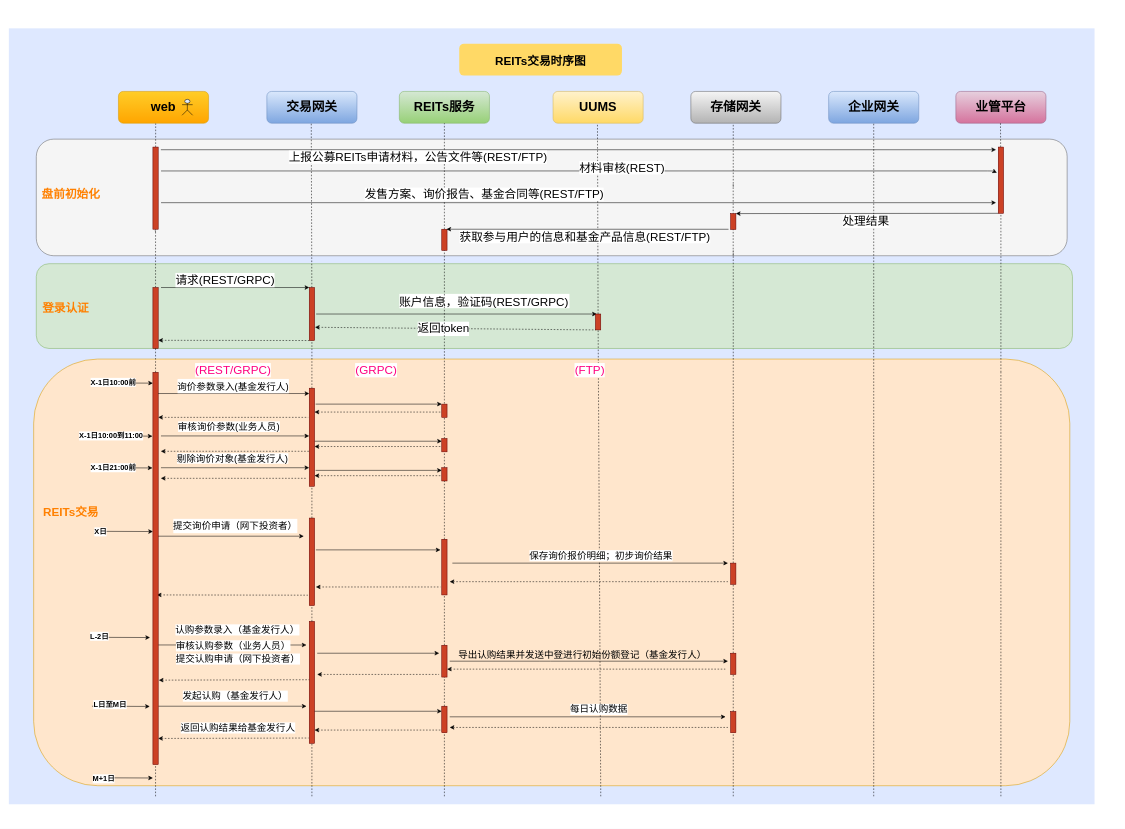
The draw.io diagram 002_REITs_时序图.drawio in lppgo/001UML, before the edit. Source tidied: cells renumbered, new cells numbered last; positions are measured from the earlier drawing's top-left corner, leaving out a move shared by most shapes. Both pictures are drawn from the tidied source at 53%, with x=0, y=0 at pixel (8, 28).
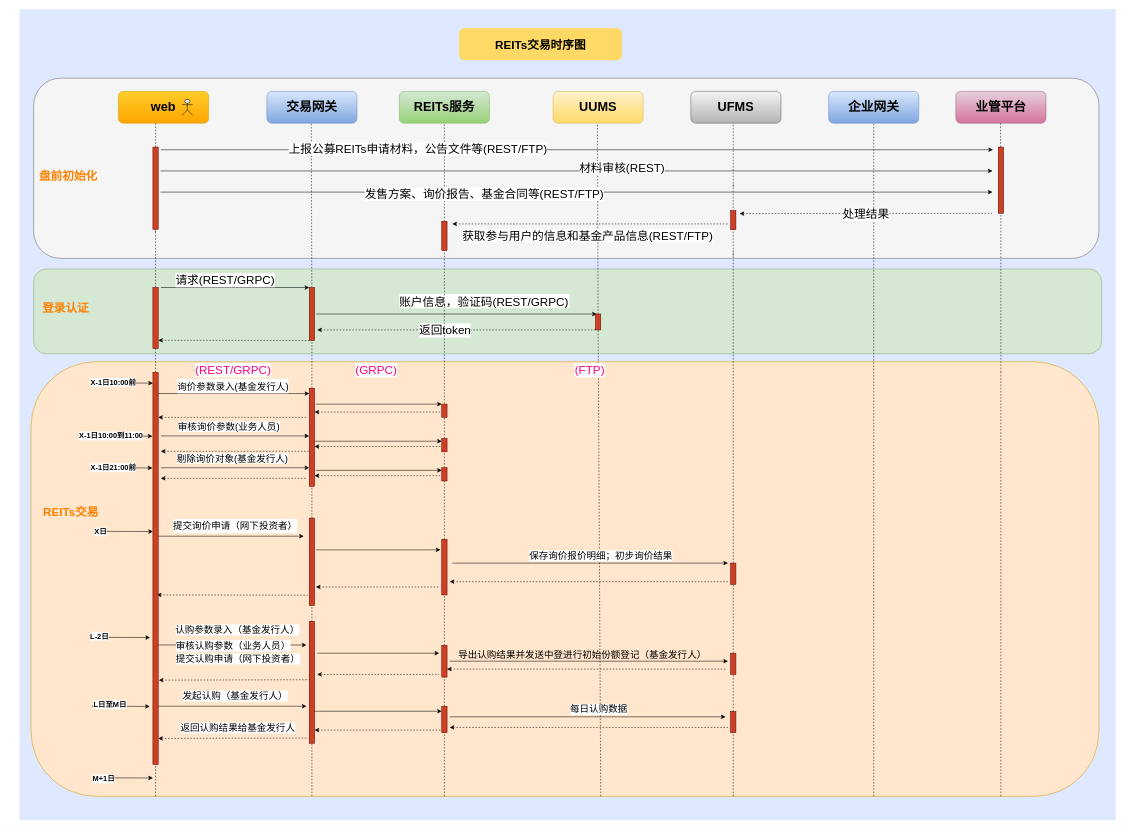
The same diagram, later.

Commit message:
更新002_REITs_时序图.drawio

Unchanged cells that the change refers to:
```xml
<mxCell id="31" style="fillColor=#CC4125;strokeColor=#660000;" parent="1" vertex="1">
  <mxGeometry x="1107" y="539" width="10" height="30" as="geometry" />
</mxCell>
<mxCell id="44" style="fillColor=#CC4125;strokeColor=#660000;" parent="1" vertex="1">
  <mxGeometry x="1867" y="224" width="10" height="125" as="geometry" />
</mxCell>
```

What changed in the source:
```diff
@@
     <mxCell id="2" style="fillColor=#DEE8FF;strokeColor=none;" parent="1" vertex="1">
-      <mxGeometry x="0.2" width="2048.5" height="1464" as="geometry" />
+      <mxGeometry x="20.2" y="-36" width="2068.5" height="1530" as="geometry" />
     </mxCell>
+    <mxCell id="10" style="rounded=1;whiteSpace=wrap;html=1;fontSize=22;strokeColor=#82b366;fillColor=#d5e8d4;" parent="1" vertex="1">
+      <mxGeometry x="47" y="454" width="2015" height="160" as="geometry" />
+    </mxCell>
     <mxCell id="3" style="rounded=1;whiteSpace=wrap;html=1;fontSize=22;fillColor=#ffe6cc;strokeColor=#d79b00;" parent="1" vertex="1">
-      <mxGeometry x="47" y="624" width="1955" height="805" as="geometry" />
+      <mxGeometry x="42" y="629" width="2015" height="820" as="geometry" />
     </mxCell>
@@
     <mxCell id="9" style="rounded=1;whiteSpace=wrap;html=1;fontSize=22;fillColor=#f5f5f5;strokeColor=#666666;fontColor=#333333;" parent="1" vertex="1">
-      <mxGeometry x="52" y="209" width="1945" height="220" as="geometry" />
+      <mxGeometry x="47" y="94" width="2010" height="340" as="geometry" />
     </mxCell>
-    <mxCell id="10" style="rounded=1;whiteSpace=wrap;html=1;fontSize=22;strokeColor=#82b366;fillColor=#d5e8d4;" parent="1" vertex="1">
-      <mxGeometry x="52" y="444" width="1955" height="160" as="geometry" />
-    </mxCell>
     <mxCell id="11" value="REITs交易时序图" style="rounded=1;fontStyle=1;fillColor=#FFD966;strokeColor=none;fontSize=22;" parent="1" vertex="1">
-      <mxGeometry x="850" y="29" width="307" height="60" as="geometry" />
+      <mxGeometry x="850" width="307" height="60" as="geometry" />
     </mxCell>
@@
-    <mxCell id="16" value="&lt;font style=&quot;font-size: 24px&quot;&gt;&lt;b&gt;存储网关&lt;/b&gt;&lt;/font&gt;" style="rounded=1;whiteSpace=wrap;html=1;fillColor=#f5f5f5;fontSize=22;gradientColor=#b3b3b3;strokeColor=#666666;" parent="1" vertex="1">
+    <mxCell id="16" value="&lt;font style=&quot;font-size: 24px&quot;&gt;&lt;b&gt;UFMS&lt;/b&gt;&lt;/font&gt;" style="rounded=1;whiteSpace=wrap;html=1;fillColor=#f5f5f5;fontSize=22;gradientColor=#b3b3b3;strokeColor=#666666;" parent="1" vertex="1">
       <mxGeometry x="1287" y="119" width="170" height="60" as="geometry" />
     </mxCell>
@@
-    <mxCell id="33" style="edgeStyle=none;verticalLabelPosition=top;verticalAlign=bottom;endArrow=none;startArrow=classic;dashed=1;entryX=0;entryY=1;entryDx=0;entryDy=0;exitX=0.269;exitY=0.75;exitDx=0;exitDy=0;exitPerimeter=0;" parent="1" edge="1" source="10" target="31">
-      <mxGeometry x="-832.5" y="-683.3" as="geometry" />
+    <mxCell id="33" style="edgeStyle=none;verticalLabelPosition=top;verticalAlign=bottom;endArrow=none;startArrow=classic;dashed=1;entryX=0;entryY=1;entryDx=0;entryDy=0;" parent="1" edge="1" target="31">
+      <mxGeometry x="-832.5" y="-683.3" as="geometry">
+        <mxPoint x="582" y="569" as="sourcePoint" />
+      </mxGeometry>
     </mxCell>
@@
     <mxCell id="36" value="&lt;b&gt;&lt;font color=&quot;#ff8000&quot;&gt;盘前初始化&lt;/font&gt;&lt;/b&gt;" style="text;html=1;align=center;verticalAlign=middle;fillColor=none;strokeColor=none;rounded=0;fontSize=22;" parent="1" vertex="1">
-      <mxGeometry x="52" y="299" width="130" height="30" as="geometry" />
+      <mxGeometry x="47" y="264" width="130" height="30" as="geometry" />
     </mxCell>
@@
     <mxCell id="38" style="fillColor=#CC4125;strokeColor=#660000;" parent="1" vertex="1">
-      <mxGeometry x="817" y="379" width="10" height="40" as="geometry" />
+      <mxGeometry x="817" y="364" width="10" height="55" as="geometry" />
     </mxCell>
@@
-    <mxCell id="40" value="&lt;span style=&quot;background-color: rgb(255 , 255 , 255)&quot;&gt;获取参与用户的信息和基金产品信息&lt;/span&gt;&lt;span style=&quot;background-color: rgb(255 , 255 , 255)&quot;&gt;(REST/FTP)&lt;/span&gt;" style="text;html=1;align=center;verticalAlign=middle;fillColor=none;strokeColor=none;rounded=0;shadow=0;glass=0;sketch=0;fontSize=22;" parent="1" vertex="1">
-      <mxGeometry x="842" y="379" width="490" height="30" as="geometry" />
-    </mxCell>
-    <mxCell id="41" style="endArrow=classic;html=1;fontSize=22;entryX=0.931;entryY=0.091;entryDx=0;entryDy=0;entryPerimeter=0;" parent="1" edge="1" target="9">
+    <mxCell id="41" style="endArrow=classic;html=1;fontSize=22;" parent="1" edge="1">
       <mxGeometry relative="1" as="geometry">
         <mxPoint x="287" y="229" as="sourcePoint" />
+        <mxPoint x="1857" y="229" as="targetPoint" />
       </mxGeometry>
     </mxCell>
-    <mxCell id="42" value="&lt;span style=&quot;background-color: rgb(255 , 255 , 255)&quot;&gt;上报公募REITs申请材料，公告文件等(REST/FTP)&lt;/span&gt;" style="text;html=1;align=center;verticalAlign=middle;fillColor=none;strokeColor=none;rounded=0;shadow=0;glass=0;sketch=0;fontSize=22;" parent="1" vertex="1">
-      <mxGeometry x="522" y="229" width="500" height="30" as="geometry" />
-    </mxCell>
-    <mxCell id="43" style="endArrow=classic;html=1;fontSize=22;entryX=-0.253;entryY=0.387;entryDx=0;entryDy=0;entryPerimeter=0;exitX=0.121;exitY=0.273;exitDx=0;exitDy=0;exitPerimeter=0;" parent="1" edge="1" source="9" target="44">
-      <mxGeometry relative="1" as="geometry">
-        <Array as="points">
-          <mxPoint x="1857" y="269" />
-        </Array>
-      </mxGeometry>
-    </mxCell>
@@
-    <mxCell id="46" value="&lt;span style=&quot;background-color: rgb(255 , 255 , 255)&quot;&gt;材料审核(REST)&lt;/span&gt;" style="text;html=1;align=center;verticalAlign=middle;fillColor=none;strokeColor=none;rounded=0;shadow=0;glass=0;sketch=0;fontSize=22;" parent="1" vertex="1">
-      <mxGeometry x="1067" y="249" width="180" height="30" as="geometry" />
-    </mxCell>
@@
-    <mxCell id="48" style="endArrow=classic;html=1;fontSize=22;exitX=-0.023;exitY=0.602;exitDx=0;exitDy=0;entryX=0.75;entryY=0;entryDx=0;entryDy=0;exitPerimeter=0;" parent="1" edge="1">
-      <mxGeometry relative="1" as="geometry">
-        <mxPoint x="1358.1" y="379.1" as="sourcePoint" />
-        <mxPoint x="825.9" y="379" as="targetPoint" />
-      </mxGeometry>
-    </mxCell>
@@
     <mxCell id="54" style="fillColor=#CC4125;strokeColor=#660000;" parent="1" vertex="1">
-      <mxGeometry x="1362" y="349.5" width="10" height="30" as="geometry" />
+      <mxGeometry x="1362" y="344" width="10" height="35.5" as="geometry" />
     </mxCell>
-    <mxCell id="55" style="endArrow=classic;html=1;fontSize=22;entryX=0.931;entryY=0.545;entryDx=0;entryDy=0;entryPerimeter=0;exitX=0.121;exitY=0.545;exitDx=0;exitDy=0;exitPerimeter=0;" parent="1" edge="1" source="9" target="9">
-      <mxGeometry relative="1" as="geometry" />
-    </mxCell>
-    <mxCell id="56" value="&lt;span style=&quot;background-color: rgb(255 , 255 , 255)&quot;&gt;发售方案、询价报告、基金合同等&lt;/span&gt;&lt;span style=&quot;background-color: rgb(255 , 255 , 255)&quot;&gt;(REST/FTP)&lt;/span&gt;" style="text;html=1;align=center;verticalAlign=middle;fillColor=none;strokeColor=none;rounded=0;shadow=0;glass=0;sketch=0;fontSize=22;" parent="1" vertex="1">
-      <mxGeometry x="662" y="299" width="470" height="30" as="geometry" />
-    </mxCell>
@@
-    <mxCell id="96" style="endArrow=classic;html=1;entryX=1;entryY=0;entryDx=0;entryDy=0;exitX=0;exitY=1;exitDx=0;exitDy=0;" parent="1" edge="1" source="44" target="54">
-      <mxGeometry relative="1" as="geometry" />
-    </mxCell>
-    <mxCell id="97" value="&lt;span style=&quot;background-color: rgb(255 , 255 , 255)&quot;&gt;处理结果&lt;/span&gt;" style="text;html=1;align=center;verticalAlign=middle;fillColor=none;strokeColor=none;rounded=0;shadow=0;glass=0;sketch=0;fontSize=22;" parent="1" vertex="1">
-      <mxGeometry x="1567" y="347" width="100" height="35" as="geometry" />
-    </mxCell>
@@
+    <mxCell id="142" style="endArrow=classic;html=1;fontSize=22;" parent="1" edge="1">
+      <mxGeometry relative="1" as="geometry">
+        <mxPoint x="286.2" y="269" as="sourcePoint" />
+        <mxPoint x="1856.2" y="269" as="targetPoint" />
+      </mxGeometry>
+    </mxCell>
+    <mxCell id="46" value="&lt;span style=&quot;background-color: rgb(255 , 255 , 255)&quot;&gt;材料审核(REST)&lt;/span&gt;" style="text;html=1;align=center;verticalAlign=middle;fillColor=none;strokeColor=none;rounded=0;shadow=0;glass=0;sketch=0;fontSize=22;" parent="1" vertex="1">
+      <mxGeometry x="1067" y="249" width="180" height="30" as="geometry" />
+    </mxCell>
+    <mxCell id="143" style="endArrow=classic;html=1;fontSize=22;" parent="1" edge="1">
+      <mxGeometry relative="1" as="geometry">
+        <mxPoint x="286.2" y="309" as="sourcePoint" />
+        <mxPoint x="1856.2" y="309" as="targetPoint" />
+      </mxGeometry>
+    </mxCell>
+    <mxCell id="56" value="&lt;span style=&quot;background-color: rgb(255 , 255 , 255)&quot;&gt;发售方案、询价报告、基金合同等&lt;/span&gt;&lt;span style=&quot;background-color: rgb(255 , 255 , 255)&quot;&gt;(REST/FTP)&lt;/span&gt;" style="text;html=1;align=center;verticalAlign=middle;fillColor=none;strokeColor=none;rounded=0;shadow=0;glass=0;sketch=0;fontSize=22;" parent="1" vertex="1">
+      <mxGeometry x="662" y="299" width="470" height="30" as="geometry" />
+    </mxCell>
+    <mxCell id="144" style="edgeStyle=none;verticalLabelPosition=top;verticalAlign=bottom;endArrow=none;startArrow=classic;dashed=1;" parent="1" edge="1">
+      <mxGeometry x="-35.7" y="-903.8" as="geometry">
+        <mxPoint x="1378.9" y="349.5" as="sourcePoint" />
+        <mxPoint x="1855.1" y="349" as="targetPoint" />
+      </mxGeometry>
+    </mxCell>
+    <mxCell id="97" value="&lt;span style=&quot;background-color: rgb(255 , 255 , 255)&quot;&gt;处理结果&lt;/span&gt;" style="text;html=1;align=center;verticalAlign=middle;fillColor=none;strokeColor=none;rounded=0;shadow=0;glass=0;sketch=0;fontSize=22;" parent="1" vertex="1">
+      <mxGeometry x="1567" y="334" width="100" height="35" as="geometry" />
+    </mxCell>
+    <mxCell id="145" style="edgeStyle=none;verticalLabelPosition=top;verticalAlign=bottom;endArrow=none;startArrow=classic;dashed=1;" parent="1" edge="1">
+      <mxGeometry x="-558.8" y="-883.7" as="geometry">
+        <mxPoint x="837" y="369" as="sourcePoint" />
+        <mxPoint x="1357" y="369" as="targetPoint" />
+      </mxGeometry>
+    </mxCell>
+    <mxCell id="40" value="&lt;span style=&quot;background-color: rgb(255 , 255 , 255)&quot;&gt;获取参与用户的信息和基金产品信息&lt;/span&gt;&lt;span style=&quot;background-color: rgb(255 , 255 , 255)&quot;&gt;(REST/FTP)&lt;/span&gt;" style="text;html=1;align=center;verticalAlign=middle;fillColor=none;strokeColor=none;rounded=0;shadow=0;glass=0;sketch=0;fontSize=22;" parent="1" vertex="1">
+      <mxGeometry x="847" y="376.5" width="490" height="30" as="geometry" />
+    </mxCell>
+    <mxCell id="42" value="&lt;span style=&quot;background-color: rgb(255 , 255 , 255)&quot;&gt;上报公募REITs申请材料，公告文件等(REST/FTP)&lt;/span&gt;" style="text;html=1;align=center;verticalAlign=middle;fillColor=none;strokeColor=none;rounded=0;shadow=0;glass=0;sketch=0;fontSize=22;" parent="1" vertex="1">
+      <mxGeometry x="522" y="214" width="500" height="30" as="geometry" />
+    </mxCell>
```
